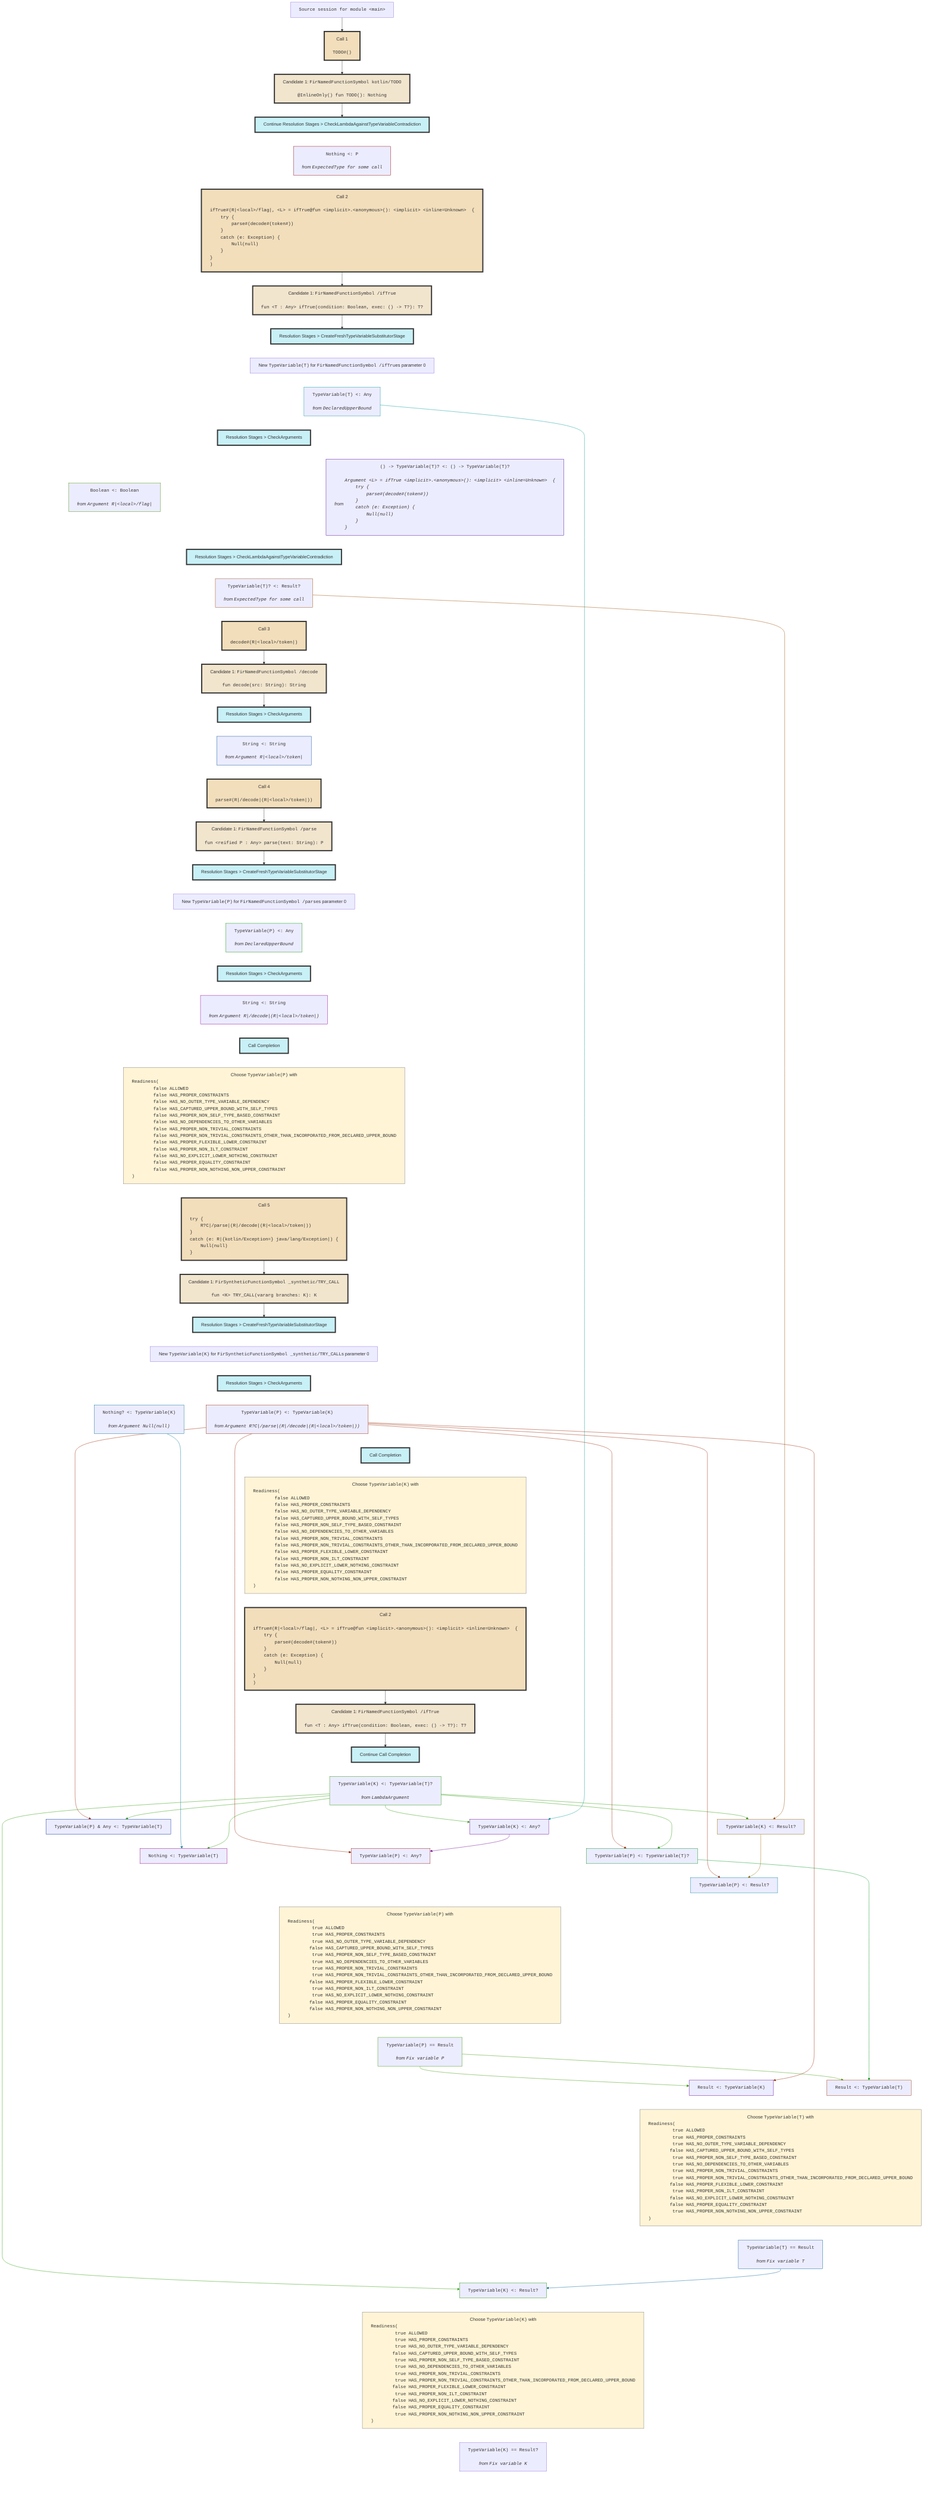
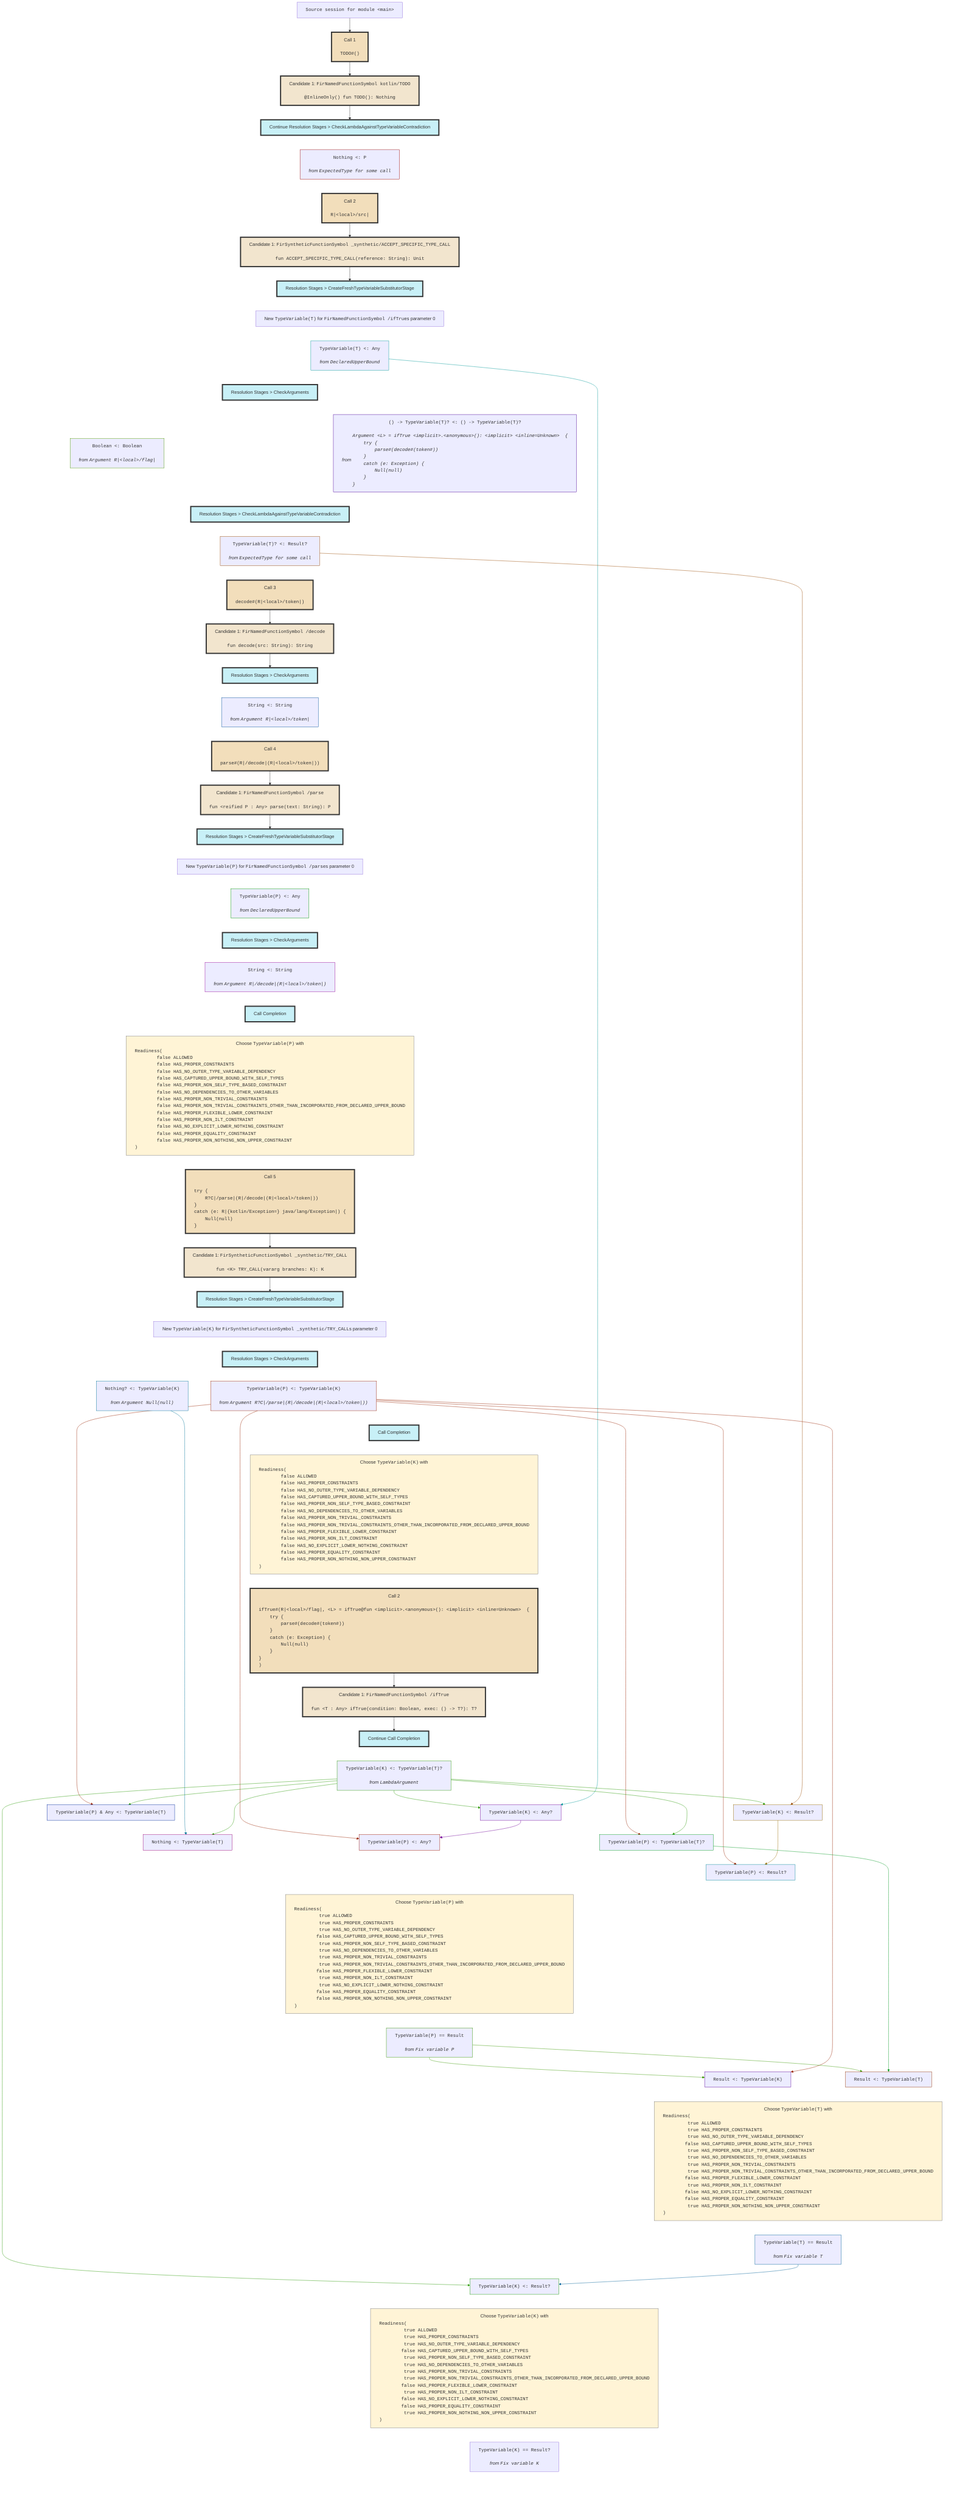
flowchart TD
    classDef nowrapClass text-align:center,white-space:nowrap;
    classDef callStyle fill:#f2debb,stroke:#333,stroke-width:4px;
    classDef candidateStyle fill:#f2e5ce,stroke:#333,stroke-width:4px;
    classDef stageStyle fill:#c8f0f7,stroke:#333,stroke-width:4px;
    classDef readinessStyle fill:#fff4d6,stroke:#777,stroke-width:1px;

    session0["<tt>Source session for module &lt;main></tt>"]
    class session0 nowrapClass;

    session0 --> call1

    call1["Call 1<br><br><pre style="display: inline-block;vertical-align: middle;text-align: left;margin: 0;"><tt>TODO#()</tt></pre>"]
    class call1 nowrapClass;
    class call1 callStyle;

    call1 --> candidate2

    candidate2["Candidate 1: <tt>FirNamedFunctionSymbol kotlin/TODO</tt><br><br><pre style="display: inline-block;vertical-align: middle;text-align: left;margin: 0;"><tt>@InlineOnly() fun TODO(): Nothing
</tt></pre>"]
    class candidate2 nowrapClass;
    class candidate2 candidateStyle;

    candidate2 --> stage3

    stage3["Continue Resolution Stages > CheckLambdaAgainstTypeVariableContradiction"]
    class stage3 nowrapClass;
    class stage3 stageStyle;
    constraint4["<tt>Nothing &lt;: P</tt><br><br><i><div style="display: inline-block;vertical-align: middle;">from</div> <pre style="display: inline-block;vertical-align: middle;text-align: left;margin: 0;"><tt>ExpectedType for some call</tt></pre></i>"]
    class constraint4 nowrapClass;
    stage3 ~~~ constraint4

    constraint4 ~~~ call5

-     call5["Call 2<br><br><pre style="display: inline-block;vertical-align: middle;text-align: left;margin: 0;"><tt>ifTrue#(R|&lt;local>/flag|, &lt;L> = ifTrue@fun &lt;implicit>.&lt;anonymous>(): &lt;implicit> &lt;inline=Unknown>  {
-     try {
-         parse#(decode#(token#))
-     }
-     catch (e: Exception) {
-         Null(null)
-     }
- 
- }
- )</tt></pre>"]
+     call5["Call 2<br><br><pre style="display: inline-block;vertical-align: middle;text-align: left;margin: 0;"><tt>R|&lt;local>/src|</tt></pre>"]
    class call5 nowrapClass;
    class call5 callStyle;

    call5 --> candidate6

-     candidate6["Candidate 1: <tt>FirNamedFunctionSymbol /ifTrue</tt><br><br><pre style="display: inline-block;vertical-align: middle;text-align: left;margin: 0;"><tt>fun &lt;T : Any> ifTrue(condition: Boolean, exec: () -> T?): T?
+     candidate6["Candidate 1: <tt>FirSyntheticFunctionSymbol _synthetic/ACCEPT_SPECIFIC_TYPE_CALL</tt><br><br><pre style="display: inline-block;vertical-align: middle;text-align: left;margin: 0;"><tt>fun ACCEPT_SPECIFIC_TYPE_CALL(reference: String): Unit
</tt></pre>"]
    class candidate6 nowrapClass;
    class candidate6 candidateStyle;

    candidate6 --> stage7

    stage7["Resolution Stages > CreateFreshTypeVariableSubstitutorStage"]
    class stage7 nowrapClass;
    class stage7 stageStyle;

    stage7 ~~~ newVariable8

    newVariable8["New <tt>TypeVariable(T)</tt> for <tt>FirNamedFunctionSymbol /ifTrue</tt>s parameter 0"]
    class newVariable8 nowrapClass;
    constraint9["<tt>TypeVariable(T) &lt;: Any</tt><br><br><i><div style="display: inline-block;vertical-align: middle;">from</div> <pre style="display: inline-block;vertical-align: middle;text-align: left;margin: 0;"><tt>DeclaredUpperBound</tt></pre></i>"]
    class constraint9 nowrapClass;
    newVariable8 ~~~ constraint9

    constraint9 ~~~ stage10

    stage10["Resolution Stages > CheckArguments"]
    class stage10 nowrapClass;
    class stage10 stageStyle;
    constraint11["<tt>Boolean &lt;: Boolean</tt><br><br><i><div style="display: inline-block;vertical-align: middle;">from</div> <pre style="display: inline-block;vertical-align: middle;text-align: left;margin: 0;"><tt>Argument R|&lt;local>/flag|</tt></pre></i>"]
    class constraint11 nowrapClass;
    stage10 ~~~ constraint11
    constraint12["<tt>() -> TypeVariable(T)? &lt;: () -> TypeVariable(T)?</tt><br><br><i><div style="display: inline-block;vertical-align: middle;">from</div> <pre style="display: inline-block;vertical-align: middle;text-align: left;margin: 0;"><tt>Argument &lt;L> = ifTrue &lt;implicit>.&lt;anonymous>(): &lt;implicit> &lt;inline=Unknown>  {
    try {
        parse#(decode#(token#))
    }
    catch (e: Exception) {
        Null(null)
    }

}
</tt></pre></i>"]
    class constraint12 nowrapClass;
    stage10 ~~~ constraint12

    constraint11 ~~~ stage13
    constraint12 ~~~ stage13

    stage13["Resolution Stages > CheckLambdaAgainstTypeVariableContradiction"]
    class stage13 nowrapClass;
    class stage13 stageStyle;
    constraint14["<tt>TypeVariable(T)? &lt;: Result?</tt><br><br><i><div style="display: inline-block;vertical-align: middle;">from</div> <pre style="display: inline-block;vertical-align: middle;text-align: left;margin: 0;"><tt>ExpectedType for some call</tt></pre></i>"]
    class constraint14 nowrapClass;
    stage13 ~~~ constraint14

    constraint14 ~~~ call15

    call15["Call 3<br><br><pre style="display: inline-block;vertical-align: middle;text-align: left;margin: 0;"><tt>decode#(R|&lt;local>/token|)</tt></pre>"]
    class call15 nowrapClass;
    class call15 callStyle;

    call15 --> candidate16

    candidate16["Candidate 1: <tt>FirNamedFunctionSymbol /decode</tt><br><br><pre style="display: inline-block;vertical-align: middle;text-align: left;margin: 0;"><tt>fun decode(src: String): String
</tt></pre>"]
    class candidate16 nowrapClass;
    class candidate16 candidateStyle;

    candidate16 --> stage17

    stage17["Resolution Stages > CheckArguments"]
    class stage17 nowrapClass;
    class stage17 stageStyle;
    constraint18["<tt>String &lt;: String</tt><br><br><i><div style="display: inline-block;vertical-align: middle;">from</div> <pre style="display: inline-block;vertical-align: middle;text-align: left;margin: 0;"><tt>Argument R|&lt;local>/token|</tt></pre></i>"]
    class constraint18 nowrapClass;
    stage17 ~~~ constraint18

    constraint18 ~~~ call19

    call19["Call 4<br><br><pre style="display: inline-block;vertical-align: middle;text-align: left;margin: 0;"><tt>parse#(R|/decode|(R|&lt;local>/token|))</tt></pre>"]
    class call19 nowrapClass;
    class call19 callStyle;

    call19 --> candidate20

    candidate20["Candidate 1: <tt>FirNamedFunctionSymbol /parse</tt><br><br><pre style="display: inline-block;vertical-align: middle;text-align: left;margin: 0;"><tt>fun &lt;reified P : Any> parse(text: String): P
</tt></pre>"]
    class candidate20 nowrapClass;
    class candidate20 candidateStyle;

    candidate20 --> stage21

    stage21["Resolution Stages > CreateFreshTypeVariableSubstitutorStage"]
    class stage21 nowrapClass;
    class stage21 stageStyle;

    stage21 ~~~ newVariable22

    newVariable22["New <tt>TypeVariable(P)</tt> for <tt>FirNamedFunctionSymbol /parse</tt>s parameter 0"]
    class newVariable22 nowrapClass;
    constraint23["<tt>TypeVariable(P) &lt;: Any</tt><br><br><i><div style="display: inline-block;vertical-align: middle;">from</div> <pre style="display: inline-block;vertical-align: middle;text-align: left;margin: 0;"><tt>DeclaredUpperBound</tt></pre></i>"]
    class constraint23 nowrapClass;
    newVariable22 ~~~ constraint23

    constraint23 ~~~ stage24

    stage24["Resolution Stages > CheckArguments"]
    class stage24 nowrapClass;
    class stage24 stageStyle;
    constraint25["<tt>String &lt;: String</tt><br><br><i><div style="display: inline-block;vertical-align: middle;">from</div> <pre style="display: inline-block;vertical-align: middle;text-align: left;margin: 0;"><tt>Argument R|/decode|(R|&lt;local>/token|)</tt></pre></i>"]
    class constraint25 nowrapClass;
    stage24 ~~~ constraint25

    constraint25 ~~~ stage26

    stage26["Call Completion"]
    class stage26 nowrapClass;
    class stage26 stageStyle;

    stage26 ~~~ variableReadiness27

    variableReadiness27["Choose <tt>TypeVariable(P)</tt> with <pre style="display: inline-block;vertical-align: middle;text-align: left;margin: 0;"><tt>Readiness(
	false ALLOWED
	false HAS_PROPER_CONSTRAINTS
	false HAS_NO_OUTER_TYPE_VARIABLE_DEPENDENCY
	false HAS_CAPTURED_UPPER_BOUND_WITH_SELF_TYPES
	false HAS_PROPER_NON_SELF_TYPE_BASED_CONSTRAINT
	false HAS_NO_DEPENDENCIES_TO_OTHER_VARIABLES
	false HAS_PROPER_NON_TRIVIAL_CONSTRAINTS
	false HAS_PROPER_NON_TRIVIAL_CONSTRAINTS_OTHER_THAN_INCORPORATED_FROM_DECLARED_UPPER_BOUND
	false HAS_PROPER_FLEXIBLE_LOWER_CONSTRAINT
	false HAS_PROPER_NON_ILT_CONSTRAINT
	false HAS_NO_EXPLICIT_LOWER_NOTHING_CONSTRAINT
	false HAS_PROPER_EQUALITY_CONSTRAINT
	false HAS_PROPER_NON_NOTHING_NON_UPPER_CONSTRAINT
)</tt></pre>"]
    class variableReadiness27 nowrapClass;
    class variableReadiness27 readinessStyle;

    variableReadiness27 ~~~ call28

    call28["Call 5<br><br><pre style="display: inline-block;vertical-align: middle;text-align: left;margin: 0;"><tt>try {
    R?C|/parse|(R|/decode|(R|&lt;local>/token|))
}
catch (e: R|{kotlin/Exception=} java/lang/Exception|) {
    Null(null)
}
</tt></pre>"]
    class call28 nowrapClass;
    class call28 callStyle;

    call28 --> candidate29

    candidate29["Candidate 1: <tt>FirSyntheticFunctionSymbol _synthetic/TRY_CALL</tt><br><br><pre style="display: inline-block;vertical-align: middle;text-align: left;margin: 0;"><tt>fun &lt;K> TRY_CALL(vararg branches: K): K
</tt></pre>"]
    class candidate29 nowrapClass;
    class candidate29 candidateStyle;

    candidate29 --> stage30

    stage30["Resolution Stages > CreateFreshTypeVariableSubstitutorStage"]
    class stage30 nowrapClass;
    class stage30 stageStyle;

    stage30 ~~~ newVariable31

    newVariable31["New <tt>TypeVariable(K)</tt> for <tt>FirSyntheticFunctionSymbol _synthetic/TRY_CALL</tt>s parameter 0"]
    class newVariable31 nowrapClass;

    newVariable31 ~~~ stage32

    stage32["Resolution Stages > CheckArguments"]
    class stage32 nowrapClass;
    class stage32 stageStyle;
    constraint33["<tt>TypeVariable(P) &lt;: TypeVariable(K)</tt><br><br><i><div style="display: inline-block;vertical-align: middle;">from</div> <pre style="display: inline-block;vertical-align: middle;text-align: left;margin: 0;"><tt>Argument R?C|/parse|(R|/decode|(R|&lt;local>/token|))</tt></pre></i>"]
    class constraint33 nowrapClass;
    stage32 ~~~ constraint33
    constraint34["<tt>Nothing? &lt;: TypeVariable(K)</tt><br><br><i><div style="display: inline-block;vertical-align: middle;">from</div> <pre style="display: inline-block;vertical-align: middle;text-align: left;margin: 0;"><tt>Argument Null(null)</tt></pre></i>"]
    class constraint34 nowrapClass;
    stage32 ~~~ constraint34

    constraint33 ~~~ stage35
    constraint34 ~~~ stage35

    stage35["Call Completion"]
    class stage35 nowrapClass;
    class stage35 stageStyle;

    stage35 ~~~ variableReadiness36

    variableReadiness36["Choose <tt>TypeVariable(K)</tt> with <pre style="display: inline-block;vertical-align: middle;text-align: left;margin: 0;"><tt>Readiness(
	false ALLOWED
	false HAS_PROPER_CONSTRAINTS
	false HAS_NO_OUTER_TYPE_VARIABLE_DEPENDENCY
	false HAS_CAPTURED_UPPER_BOUND_WITH_SELF_TYPES
	false HAS_PROPER_NON_SELF_TYPE_BASED_CONSTRAINT
	false HAS_NO_DEPENDENCIES_TO_OTHER_VARIABLES
	false HAS_PROPER_NON_TRIVIAL_CONSTRAINTS
	false HAS_PROPER_NON_TRIVIAL_CONSTRAINTS_OTHER_THAN_INCORPORATED_FROM_DECLARED_UPPER_BOUND
	false HAS_PROPER_FLEXIBLE_LOWER_CONSTRAINT
	false HAS_PROPER_NON_ILT_CONSTRAINT
	false HAS_NO_EXPLICIT_LOWER_NOTHING_CONSTRAINT
	false HAS_PROPER_EQUALITY_CONSTRAINT
	false HAS_PROPER_NON_NOTHING_NON_UPPER_CONSTRAINT
)</tt></pre>"]
    class variableReadiness36 nowrapClass;
    class variableReadiness36 readinessStyle;

    variableReadiness36 ~~~ call37

    call37["Call 2<br><br><pre style="display: inline-block;vertical-align: middle;text-align: left;margin: 0;"><tt>ifTrue#(R|&lt;local>/flag|, &lt;L> = ifTrue@fun &lt;implicit>.&lt;anonymous>(): &lt;implicit> &lt;inline=Unknown>  {
    try {
        parse#(decode#(token#))
    }
    catch (e: Exception) {
        Null(null)
    }

}
)</tt></pre>"]
    class call37 nowrapClass;
    class call37 callStyle;

    call37 --> candidate38

    candidate38["Candidate 1: <tt>FirNamedFunctionSymbol /ifTrue</tt><br><br><pre style="display: inline-block;vertical-align: middle;text-align: left;margin: 0;"><tt>fun &lt;T : Any> ifTrue(condition: Boolean, exec: () -> T?): T?
</tt></pre>"]
    class candidate38 nowrapClass;
    class candidate38 candidateStyle;

    candidate38 --> stage39

    stage39["Continue Call Completion"]
    class stage39 nowrapClass;
    class stage39 stageStyle;
    constraint43["<tt>TypeVariable(K) &lt;: TypeVariable(T)?</tt><br><br><i><div style="display: inline-block;vertical-align: middle;">from</div> <pre style="display: inline-block;vertical-align: middle;text-align: left;margin: 0;"><tt>LambdaArgument</tt></pre></i>"]
    class constraint43 nowrapClass;
    stage39 ~~~ constraint43
    constraint44["<tt>TypeVariable(K) &lt;: Any?</tt>"]
    class constraint44 nowrapClass;
    constraint43 --> constraint44
    constraint9 --> constraint44
    constraint45["<tt>TypeVariable(K) &lt;: Result?</tt>"]
    class constraint45 nowrapClass;
    constraint43 --> constraint45
    constraint14 --> constraint45
    constraint46["<tt>TypeVariable(P) &amp; Any &lt;: TypeVariable(T)</tt>"]
    class constraint46 nowrapClass;
    constraint33 --> constraint46
    constraint43 --> constraint46
    constraint47["<tt>TypeVariable(P) &lt;: TypeVariable(T)?</tt>"]
    class constraint47 nowrapClass;
    constraint33 --> constraint47
    constraint43 ---> constraint47
    constraint48["<tt>Nothing &lt;: TypeVariable(T)</tt>"]
    class constraint48 nowrapClass;
    constraint34 --> constraint48
    constraint43 ---> constraint48
    constraint49["<tt>TypeVariable(P) &lt;: Any?</tt>"]
    class constraint49 nowrapClass;
    constraint33 --> constraint49
    constraint44 --> constraint49
    constraint50["<tt>TypeVariable(P) &lt;: Result?</tt>"]
    class constraint50 nowrapClass;
    constraint33 --> constraint50
    constraint45 ---> constraint50

    constraint46 ~~~~~ variableReadiness40
    constraint47 ~~~~ variableReadiness40
    constraint48 ~~~~ variableReadiness40
    constraint49 ~~~~ variableReadiness40
    constraint50 ~~~ variableReadiness40

    variableReadiness40["Choose <tt>TypeVariable(P)</tt> with <pre style="display: inline-block;vertical-align: middle;text-align: left;margin: 0;"><tt>Readiness(
	 true ALLOWED
	 true HAS_PROPER_CONSTRAINTS
	 true HAS_NO_OUTER_TYPE_VARIABLE_DEPENDENCY
	false HAS_CAPTURED_UPPER_BOUND_WITH_SELF_TYPES
	 true HAS_PROPER_NON_SELF_TYPE_BASED_CONSTRAINT
	 true HAS_NO_DEPENDENCIES_TO_OTHER_VARIABLES
	 true HAS_PROPER_NON_TRIVIAL_CONSTRAINTS
	 true HAS_PROPER_NON_TRIVIAL_CONSTRAINTS_OTHER_THAN_INCORPORATED_FROM_DECLARED_UPPER_BOUND
	false HAS_PROPER_FLEXIBLE_LOWER_CONSTRAINT
	 true HAS_PROPER_NON_ILT_CONSTRAINT
	 true HAS_NO_EXPLICIT_LOWER_NOTHING_CONSTRAINT
	false HAS_PROPER_EQUALITY_CONSTRAINT
	false HAS_PROPER_NON_NOTHING_NON_UPPER_CONSTRAINT
)</tt></pre>"]
    class variableReadiness40 nowrapClass;
    class variableReadiness40 readinessStyle;
    constraint51["<tt>TypeVariable(P) == Result</tt><br><br><i><div style="display: inline-block;vertical-align: middle;">from</div> <pre style="display: inline-block;vertical-align: middle;text-align: left;margin: 0;"><tt>Fix variable P</tt></pre></i>"]
    class constraint51 nowrapClass;
    variableReadiness40 ~~~ constraint51
    constraint52["<tt>Result &lt;: TypeVariable(K)</tt>"]
    class constraint52 nowrapClass;
    constraint51 --> constraint52
    constraint33 --> constraint52
    constraint53["<tt>Result &lt;: TypeVariable(T)</tt>"]
    class constraint53 nowrapClass;
    constraint51 --> constraint53
    constraint47 --> constraint53

    constraint52 ~~~ variableReadiness41
    constraint53 ~~~ variableReadiness41

    variableReadiness41["Choose <tt>TypeVariable(T)</tt> with <pre style="display: inline-block;vertical-align: middle;text-align: left;margin: 0;"><tt>Readiness(
	 true ALLOWED
	 true HAS_PROPER_CONSTRAINTS
	 true HAS_NO_OUTER_TYPE_VARIABLE_DEPENDENCY
	false HAS_CAPTURED_UPPER_BOUND_WITH_SELF_TYPES
	 true HAS_PROPER_NON_SELF_TYPE_BASED_CONSTRAINT
	 true HAS_NO_DEPENDENCIES_TO_OTHER_VARIABLES
	 true HAS_PROPER_NON_TRIVIAL_CONSTRAINTS
	 true HAS_PROPER_NON_TRIVIAL_CONSTRAINTS_OTHER_THAN_INCORPORATED_FROM_DECLARED_UPPER_BOUND
	false HAS_PROPER_FLEXIBLE_LOWER_CONSTRAINT
	 true HAS_PROPER_NON_ILT_CONSTRAINT
	false HAS_NO_EXPLICIT_LOWER_NOTHING_CONSTRAINT
	false HAS_PROPER_EQUALITY_CONSTRAINT
	 true HAS_PROPER_NON_NOTHING_NON_UPPER_CONSTRAINT
)</tt></pre>"]
    class variableReadiness41 nowrapClass;
    class variableReadiness41 readinessStyle;
    constraint54["<tt>TypeVariable(T) == Result</tt><br><br><i><div style="display: inline-block;vertical-align: middle;">from</div> <pre style="display: inline-block;vertical-align: middle;text-align: left;margin: 0;"><tt>Fix variable T</tt></pre></i>"]
    class constraint54 nowrapClass;
    variableReadiness41 ~~~ constraint54
    constraint55["<tt>TypeVariable(K) &lt;: Result?</tt>"]
    class constraint55 nowrapClass;
    constraint43 --> constraint55
    constraint54 --> constraint55

    constraint55 ~~~ variableReadiness42

    variableReadiness42["Choose <tt>TypeVariable(K)</tt> with <pre style="display: inline-block;vertical-align: middle;text-align: left;margin: 0;"><tt>Readiness(
	 true ALLOWED
	 true HAS_PROPER_CONSTRAINTS
	 true HAS_NO_OUTER_TYPE_VARIABLE_DEPENDENCY
	false HAS_CAPTURED_UPPER_BOUND_WITH_SELF_TYPES
	 true HAS_PROPER_NON_SELF_TYPE_BASED_CONSTRAINT
	 true HAS_NO_DEPENDENCIES_TO_OTHER_VARIABLES
	 true HAS_PROPER_NON_TRIVIAL_CONSTRAINTS
	 true HAS_PROPER_NON_TRIVIAL_CONSTRAINTS_OTHER_THAN_INCORPORATED_FROM_DECLARED_UPPER_BOUND
	false HAS_PROPER_FLEXIBLE_LOWER_CONSTRAINT
	 true HAS_PROPER_NON_ILT_CONSTRAINT
	false HAS_NO_EXPLICIT_LOWER_NOTHING_CONSTRAINT
	false HAS_PROPER_EQUALITY_CONSTRAINT
	 true HAS_PROPER_NON_NOTHING_NON_UPPER_CONSTRAINT
)</tt></pre>"]
    class variableReadiness42 nowrapClass;
    class variableReadiness42 readinessStyle;
    constraint56["<tt>TypeVariable(K) == Result?</tt><br><br><i><div style="display: inline-block;vertical-align: middle;">from</div> <pre style="display: inline-block;vertical-align: middle;text-align: left;margin: 0;"><tt>Fix variable K</tt></pre></i>"]
    class constraint56 nowrapClass;
    variableReadiness42 ~~~ constraint56

    linkStyle 4 stroke:#990000
    linkStyle 9 stroke:#009999
    linkStyle 12 stroke:#4c9900
    linkStyle 13 stroke:#4c0099
    linkStyle 15 stroke:#994900
    linkStyle 19 stroke:#004f99
    linkStyle 24 stroke:#039900
    linkStyle 26 stroke:#950099
    linkStyle 35 stroke:#992400
    linkStyle 36 stroke:#007499
    linkStyle 42 stroke:#279900
    linkStyle 43 stroke:#009999
    linkStyle 44 stroke:#279900
    linkStyle 45 stroke:#994900
    linkStyle 46 stroke:#992400
    linkStyle 47 stroke:#279900
    linkStyle 48 stroke:#992400
    linkStyle 49 stroke:#279900
    linkStyle 50 stroke:#007499
    linkStyle 51 stroke:#279900
    linkStyle 52 stroke:#992400
    linkStyle 53 stroke:#710099
    linkStyle 54 stroke:#992400
    linkStyle 55 stroke:#996d00
    linkStyle 56 stroke:#002b99
    linkStyle 57 stroke:#009921
    linkStyle 58 stroke:#990077
    linkStyle 59 stroke:#991200
    linkStyle 60 stroke:#008699
    linkStyle 62 stroke:#3a9900
    linkStyle 63 stroke:#992400
    linkStyle 64 stroke:#3a9900
    linkStyle 65 stroke:#009921
    linkStyle 66 stroke:#5e0099
    linkStyle 67 stroke:#993600
    linkStyle 69 stroke:#279900
    linkStyle 70 stroke:#006299
    linkStyle 71 stroke:#159900
    style constraint4 stroke:#990000;
    style constraint9 stroke:#009999;
    style constraint11 stroke:#4c9900;
    style constraint12 stroke:#4c0099;
    style constraint14 stroke:#994900;
    style constraint18 stroke:#004f99;
    style constraint23 stroke:#039900;
    style constraint25 stroke:#950099;
    style constraint33 stroke:#992400;
    style constraint34 stroke:#007499;
    style constraint43 stroke:#279900;
    style constraint44 stroke:#710099;
    style constraint45 stroke:#996d00;
    style constraint46 stroke:#002b99;
    style constraint47 stroke:#009921;
    style constraint48 stroke:#990077;
    style constraint49 stroke:#991200;
    style constraint50 stroke:#008699;
    style constraint51 stroke:#3a9900;
    style constraint52 stroke:#5e0099;
    style constraint53 stroke:#993600;
    style constraint54 stroke:#006299;
-     style constraint55 stroke:#159900;+     style constraint55 stroke:#159900;
